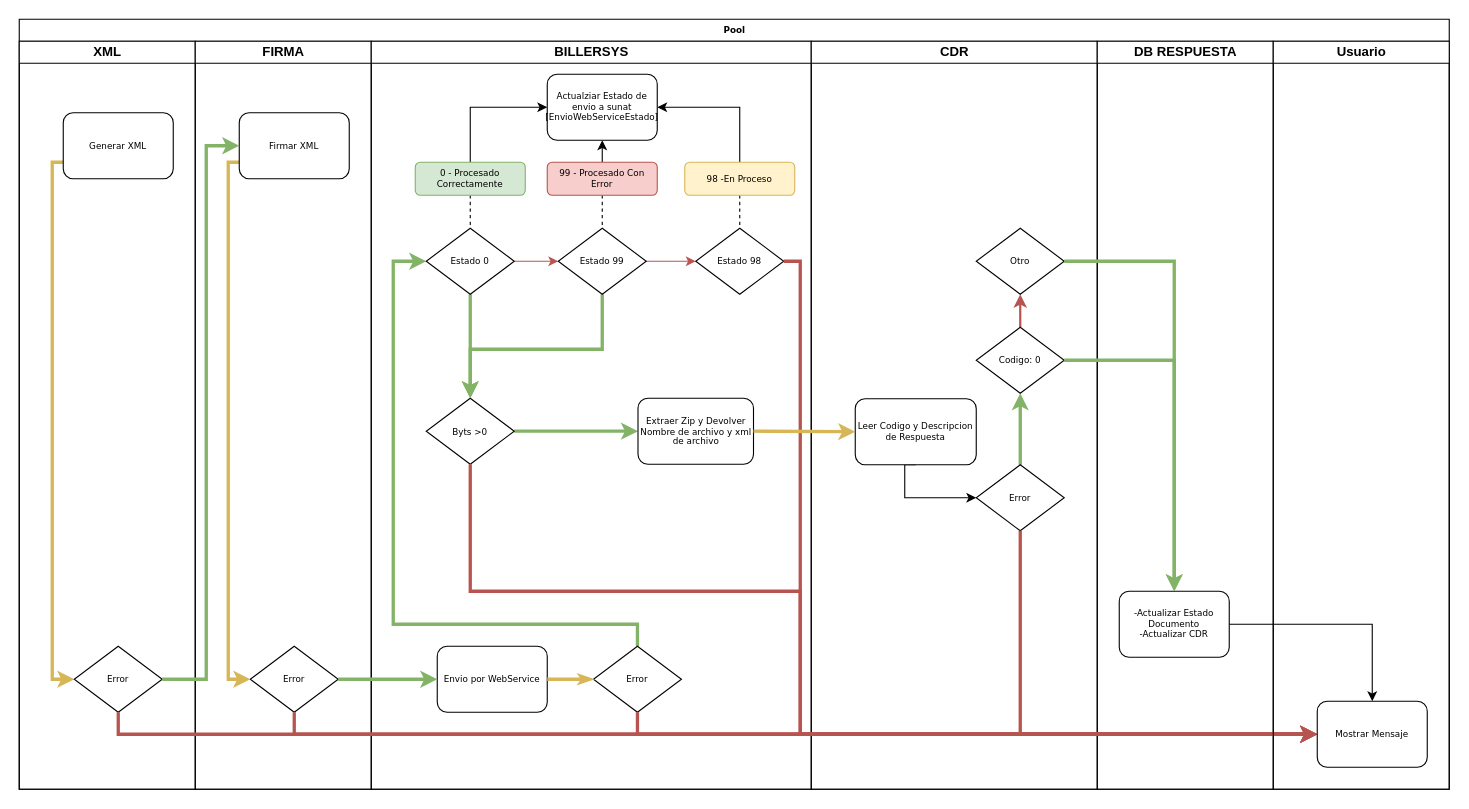
Before: ProcesoSunat.drawio in mlozadad/mlozadad.github.io, a draw.io diagram. Source tidied: cells renumbered, new cells numbered last; positions are measured from the earlier drawing's top-left corner, leaving out a move shared by most shapes. Both pictures are drawn from the tidied source at 110%, with x=0, y=0 at pixel (19, 19).
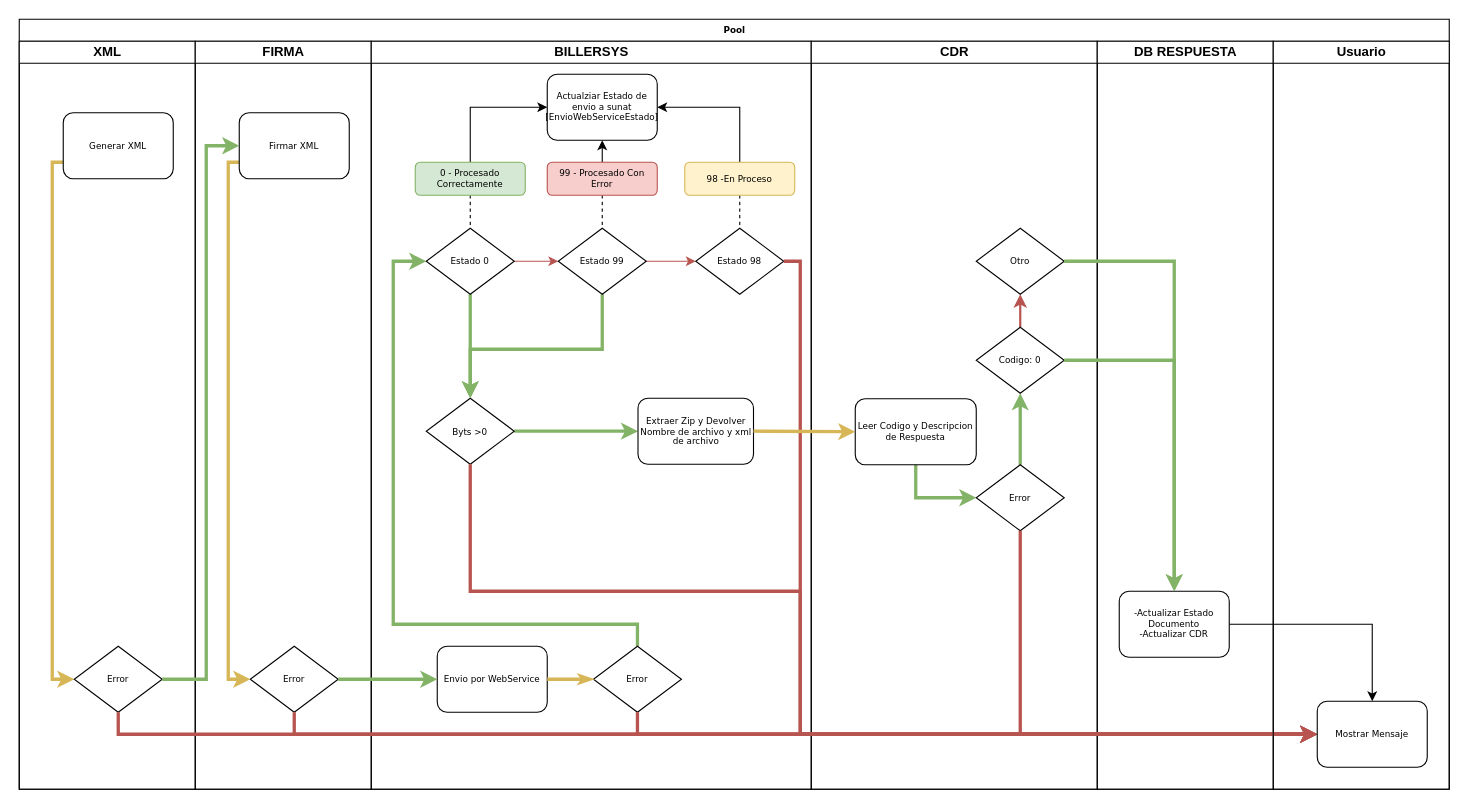
The same diagram, later.

The change refers to these unchanged cells:
```xml
<mxCell id="37" value="CDR" style="swimlane;html=1;startSize=20;" parent="2" vertex="1">
  <mxGeometry x="720" y="20" width="260" height="680" as="geometry" />
</mxCell>
<mxCell id="40" value="Leer Codigo y Descripcion de Respuesta" style="rounded=1;whiteSpace=wrap;html=1;shadow=0;labelBackgroundColor=none;strokeColor=#000000;strokeWidth=1;fillColor=#ffffff;fontFamily=Verdana;fontSize=8;fontColor=#000000;align=center;" parent="37" vertex="1">
  <mxGeometry x="40" y="325" width="110" height="60" as="geometry" />
</mxCell>
<mxCell id="44" value="Error" style="rhombus;whiteSpace=wrap;html=1;rounded=0;shadow=0;labelBackgroundColor=none;strokeColor=#000000;strokeWidth=1;fillColor=#ffffff;fontFamily=Verdana;fontSize=8;fontColor=#000000;align=center;" parent="37" vertex="1">
  <mxGeometry x="150" y="385" width="80" height="60" as="geometry" />
</mxCell>
```

Change to the diagram source:
```diff
@@
-    <mxCell id="39" style="edgeStyle=orthogonalEdgeStyle;rounded=0;jettySize=auto;html=1;exitX=0.5;exitY=1;exitDx=0;exitDy=0;entryX=0;entryY=0.5;entryDx=0;entryDy=0;endArrow=classic;endFill=1;strokeWidth=1;" parent="37" edge="1" source="40" target="44">
+    <mxCell id="39" style="edgeStyle=orthogonalEdgeStyle;rounded=0;jettySize=auto;html=1;exitX=0.5;exitY=1;exitDx=0;exitDy=0;entryX=0;entryY=0.5;entryDx=0;entryDy=0;endArrow=classic;endFill=1;strokeWidth=3;fillColor=#d5e8d4;strokeColor=#82b366;" parent="37" edge="1" source="40" target="44">
       <mxGeometry relative="1" as="geometry">
         <Array as="points">
-          <mxPoint x="85" y="415" />
+          <mxPoint x="95" y="415" />
         </Array>
       </mxGeometry>
     </mxCell>
```
